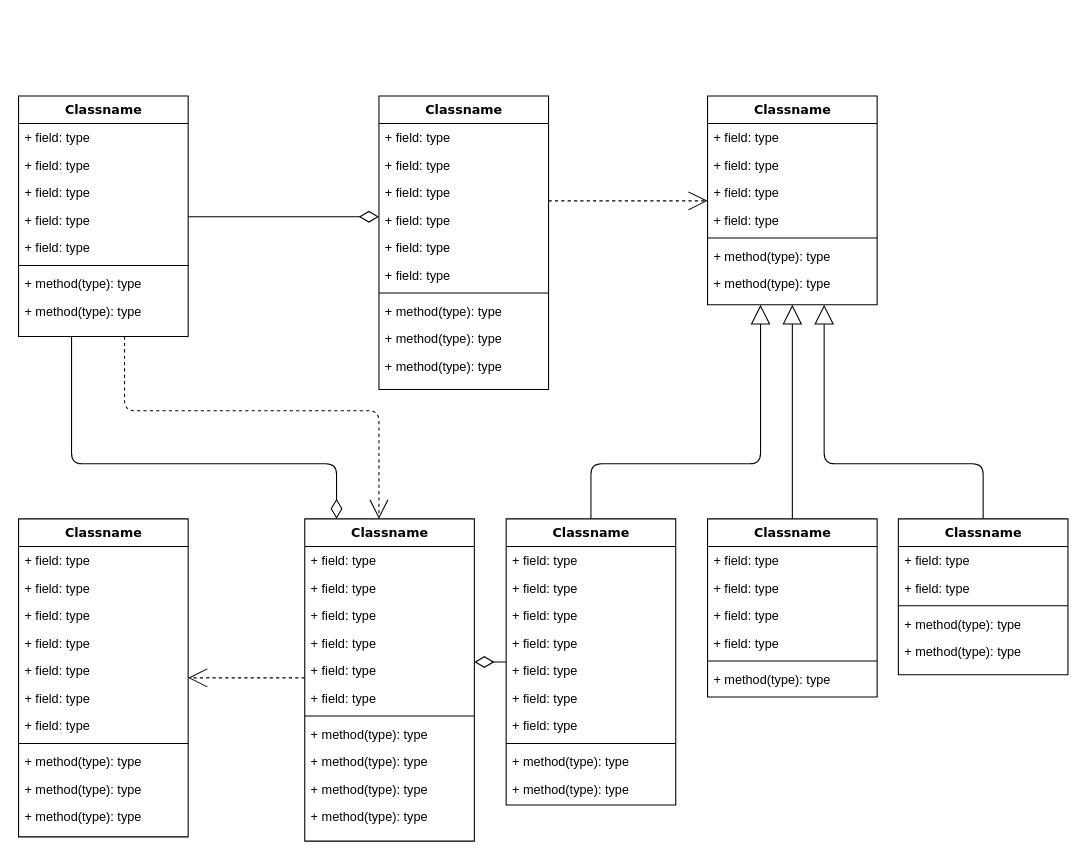
Earlier version of the draw.io diagram Untitled Diagram.drawio (AndifaNaufal/PIC-16F877A). Source tidied: cells renumbered, new cells numbered last; positions are measured from the earlier drawing's top-left corner, leaving out a move shared by most shapes. Both pictures are drawn from the tidied source at 106%, with x=0, y=0 at pixel (18, 95).
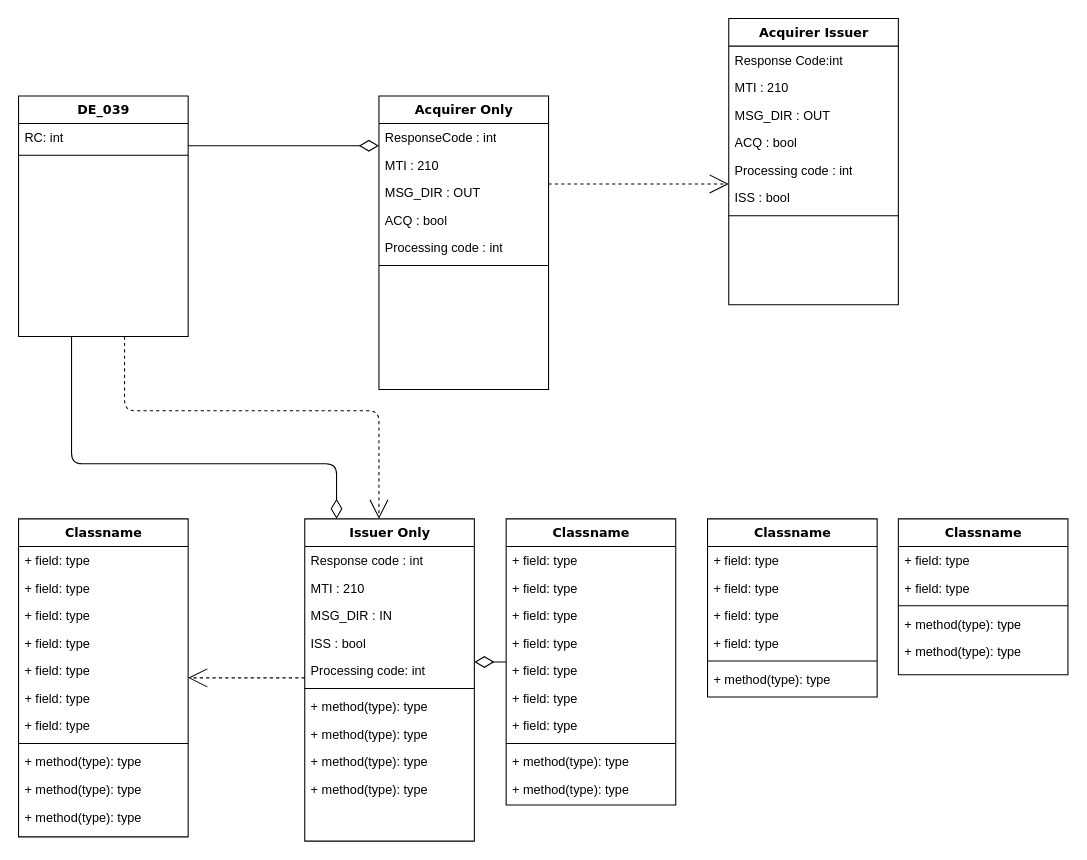
Above is the later version.

The change refers to these unchanged cells:
```xml
<mxCell id="60" value="Classname" style="swimlane;html=1;fontStyle=1;align=center;verticalAlign=top;horizontal=1;startSize=26;swimlaneFillColor=#ffffff;rounded=0;shadow=0;comic=0;labelBackgroundColor=none;strokeWidth=1;fillColor=none;fontFamily=Verdana;fontSize=12;" parent="1" vertex="1">
  <mxGeometry x="460" y="399" width="160" height="270" as="geometry" />
</mxCell>
<mxCell id="72" value="Classname" style="swimlane;html=1;fontStyle=1;align=center;verticalAlign=top;horizontal=1;startSize=26;swimlaneFillColor=#ffffff;rounded=0;shadow=0;comic=0;labelBackgroundColor=none;strokeWidth=1;fillColor=none;fontFamily=Verdana;fontSize=12;" parent="1" vertex="1">
  <mxGeometry x="650" y="399" width="160" height="168" as="geometry" />
</mxCell>
<mxCell id="80" value="Classname" style="swimlane;html=1;fontStyle=1;align=center;verticalAlign=top;horizontal=1;startSize=26;swimlaneFillColor=#ffffff;rounded=0;shadow=0;comic=0;labelBackgroundColor=none;strokeWidth=1;fillColor=none;fontFamily=Verdana;fontSize=12;" parent="1" vertex="1">
  <mxGeometry x="830" y="399" width="160" height="147" as="geometry" />
</mxCell>
```

The edit, as a diff of the source:
```diff
@@
-    <mxCell id="4" value="Classname" style="swimlane;html=1;fontStyle=1;align=center;verticalAlign=top;horizontal=1;startSize=26;swimlaneFillColor=#ffffff;rounded=0;shadow=0;comic=0;labelBackgroundColor=none;strokeWidth=1;fillColor=none;fontFamily=Verdana;fontSize=12;" parent="1" vertex="1">
+    <mxCell id="4" value="DE_039" style="swimlane;html=1;fontStyle=1;align=center;verticalAlign=top;horizontal=1;startSize=26;swimlaneFillColor=#ffffff;rounded=0;shadow=0;comic=0;labelBackgroundColor=none;strokeWidth=1;fillColor=none;fontFamily=Verdana;fontSize=12;" parent="1" vertex="1">
       <mxGeometry width="160" height="227" as="geometry" />
     </mxCell>
-    <mxCell id="5" value="+ field: type" style="text;html=1;strokeColor=none;fillColor=none;align=left;verticalAlign=top;spacingLeft=4;spacingRight=4;whiteSpace=wrap;overflow=hidden;" parent="4" vertex="1">
-      <mxGeometry y="26" width="160" height="26" as="geometry" />
-    </mxCell>
-    <mxCell id="6" value="+ field: type" style="text;html=1;strokeColor=none;fillColor=none;align=left;verticalAlign=top;spacingLeft=4;spacingRight=4;whiteSpace=wrap;overflow=hidden;" parent="4" vertex="1">
-      <mxGeometry y="52" width="160" height="26" as="geometry" />
+    <mxCell id="6" value="RC: int" style="text;html=1;strokeColor=none;fillColor=none;align=left;verticalAlign=top;spacingLeft=4;spacingRight=4;whiteSpace=wrap;overflow=hidden;" parent="4" vertex="1">
+      <mxGeometry y="26" width="160" height="26" as="geometry" />
     </mxCell>
-    <mxCell id="7" value="+ field: type" style="text;html=1;strokeColor=none;fillColor=none;align=left;verticalAlign=top;spacingLeft=4;spacingRight=4;whiteSpace=wrap;overflow=hidden;" parent="4" vertex="1">
-      <mxGeometry y="78" width="160" height="26" as="geometry" />
-    </mxCell>
-    <mxCell id="8" value="+ field: type" style="text;html=1;strokeColor=none;fillColor=none;align=left;verticalAlign=top;spacingLeft=4;spacingRight=4;whiteSpace=wrap;overflow=hidden;" parent="4" vertex="1">
-      <mxGeometry y="104" width="160" height="26" as="geometry" />
-    </mxCell>
-    <mxCell id="9" value="+ field: type" style="text;html=1;strokeColor=none;fillColor=none;align=left;verticalAlign=top;spacingLeft=4;spacingRight=4;whiteSpace=wrap;overflow=hidden;" parent="4" vertex="1">
-      <mxGeometry y="130" width="160" height="26" as="geometry" />
-    </mxCell>
     <mxCell id="10" style="line;html=1;strokeWidth=1;fillColor=none;align=left;verticalAlign=middle;spacingTop=-1;spacingLeft=3;spacingRight=3;labelPosition=right;" parent="4" vertex="1">
-      <mxGeometry y="156" width="160" height="8" as="geometry" />
+      <mxGeometry y="52" width="160" height="8" as="geometry" />
     </mxCell>
-    <mxCell id="11" value="+ method(type): type" style="text;html=1;strokeColor=none;fillColor=none;align=left;verticalAlign=top;spacingLeft=4;spacingRight=4;whiteSpace=wrap;overflow=hidden;" parent="4" vertex="1">
-      <mxGeometry y="164" width="160" height="26" as="geometry" />
-    </mxCell>
-    <mxCell id="12" value="+ method(type): type" style="text;html=1;strokeColor=none;fillColor=none;align=left;verticalAlign=top;spacingLeft=4;spacingRight=4;whiteSpace=wrap;overflow=hidden;" parent="4" vertex="1">
-      <mxGeometry y="190" width="160" height="26" as="geometry" />
-    </mxCell>
-    <mxCell id="13" style="edgeStyle=elbowEdgeStyle;html=1;labelBackgroundColor=none;startFill=0;startSize=8;endArrow=open;endFill=0;endSize=16;fontFamily=Verdana;fontSize=12;elbow=vertical;dashed=1;" parent="1" edge="1" source="14" target="25">
-      <mxGeometry relative="1" as="geometry" />
+    <mxCell id="13" style="edgeStyle=elbowEdgeStyle;html=1;labelBackgroundColor=none;startFill=0;startSize=8;endArrow=open;endFill=0;endSize=16;fontFamily=Verdana;fontSize=12;elbow=vertical;dashed=1;" parent="1" edge="1" source="14" target="92">
+      <mxGeometry relative="1" as="geometry">
+        <Array as="points">
+          <mxPoint x="670" y="67" />
+        </Array>
+      </mxGeometry>
     </mxCell>
-    <mxCell id="14" value="Classname" style="swimlane;html=1;fontStyle=1;align=center;verticalAlign=top;horizontal=1;startSize=26;swimlaneFillColor=#ffffff;rounded=0;shadow=0;comic=0;labelBackgroundColor=none;strokeWidth=1;fillColor=none;fontFamily=Verdana;fontSize=12;" parent="1" vertex="1">
+    <mxCell id="14" value="Acquirer Only" style="swimlane;html=1;fontStyle=1;align=center;verticalAlign=top;horizontal=1;startSize=26;swimlaneFillColor=#ffffff;rounded=0;shadow=0;comic=0;labelBackgroundColor=none;strokeWidth=1;fillColor=none;fontFamily=Verdana;fontSize=12;" parent="1" vertex="1">
       <mxGeometry x="340" width="160" height="277" as="geometry" />
     </mxCell>
-    <mxCell id="15" value="+ field: type" style="text;html=1;strokeColor=none;fillColor=none;align=left;verticalAlign=top;spacingLeft=4;spacingRight=4;whiteSpace=wrap;overflow=hidden;" parent="14" vertex="1">
+    <mxCell id="15" value="ResponseCode : int" style="text;html=1;strokeColor=none;fillColor=none;align=left;verticalAlign=top;spacingLeft=4;spacingRight=4;whiteSpace=wrap;overflow=hidden;" parent="14" vertex="1">
       <mxGeometry y="26" width="160" height="26" as="geometry" />
     </mxCell>
-    <mxCell id="16" value="+ field: type" style="text;html=1;strokeColor=none;fillColor=none;align=left;verticalAlign=top;spacingLeft=4;spacingRight=4;whiteSpace=wrap;overflow=hidden;" parent="14" vertex="1">
+    <mxCell id="16" value="MTI : 210" style="text;html=1;strokeColor=none;fillColor=none;align=left;verticalAlign=top;spacingLeft=4;spacingRight=4;whiteSpace=wrap;overflow=hidden;" parent="14" vertex="1">
       <mxGeometry y="52" width="160" height="26" as="geometry" />
     </mxCell>
-    <mxCell id="17" value="+ field: type" style="text;html=1;strokeColor=none;fillColor=none;align=left;verticalAlign=top;spacingLeft=4;spacingRight=4;whiteSpace=wrap;overflow=hidden;" parent="14" vertex="1">
+    <mxCell id="17" value="MSG_DIR : OUT" style="text;html=1;strokeColor=none;fillColor=none;align=left;verticalAlign=top;spacingLeft=4;spacingRight=4;whiteSpace=wrap;overflow=hidden;" parent="14" vertex="1">
       <mxGeometry y="78" width="160" height="26" as="geometry" />
     </mxCell>
-    <mxCell id="18" value="+ field: type" style="text;html=1;strokeColor=none;fillColor=none;align=left;verticalAlign=top;spacingLeft=4;spacingRight=4;whiteSpace=wrap;overflow=hidden;" parent="14" vertex="1">
+    <mxCell id="18" value="ACQ : bool" style="text;html=1;strokeColor=none;fillColor=none;align=left;verticalAlign=top;spacingLeft=4;spacingRight=4;whiteSpace=wrap;overflow=hidden;" parent="14" vertex="1">
       <mxGeometry y="104" width="160" height="26" as="geometry" />
     </mxCell>
-    <mxCell id="19" value="+ field: type" style="text;html=1;strokeColor=none;fillColor=none;align=left;verticalAlign=top;spacingLeft=4;spacingRight=4;whiteSpace=wrap;overflow=hidden;" parent="14" vertex="1">
+    <mxCell id="19" value="Processing code : int" style="text;html=1;strokeColor=none;fillColor=none;align=left;verticalAlign=top;spacingLeft=4;spacingRight=4;whiteSpace=wrap;overflow=hidden;" parent="14" vertex="1">
       <mxGeometry y="130" width="160" height="26" as="geometry" />
     </mxCell>
-    <mxCell id="20" value="+ field: type" style="text;html=1;strokeColor=none;fillColor=none;align=left;verticalAlign=top;spacingLeft=4;spacingRight=4;whiteSpace=wrap;overflow=hidden;" parent="14" vertex="1">
-      <mxGeometry y="156" width="160" height="26" as="geometry" />
-    </mxCell>
     <mxCell id="21" style="line;html=1;strokeWidth=1;fillColor=none;align=left;verticalAlign=middle;spacingTop=-1;spacingLeft=3;spacingRight=3;labelPosition=right;" parent="14" vertex="1">
-      <mxGeometry y="182" width="160" height="8" as="geometry" />
+      <mxGeometry y="156" width="160" height="8" as="geometry" />
     </mxCell>
-    <mxCell id="22" value="+ method(type): type" style="text;html=1;strokeColor=none;fillColor=none;align=left;verticalAlign=top;spacingLeft=4;spacingRight=4;whiteSpace=wrap;overflow=hidden;" parent="14" vertex="1">
-      <mxGeometry y="190" width="160" height="26" as="geometry" />
-    </mxCell>
-    <mxCell id="23" value="+ method(type): type" style="text;html=1;strokeColor=none;fillColor=none;align=left;verticalAlign=top;spacingLeft=4;spacingRight=4;whiteSpace=wrap;overflow=hidden;" parent="14" vertex="1">
-      <mxGeometry y="216" width="160" height="26" as="geometry" />
-    </mxCell>
-    <mxCell id="24" value="+ method(type): type" style="text;html=1;strokeColor=none;fillColor=none;align=left;verticalAlign=top;spacingLeft=4;spacingRight=4;whiteSpace=wrap;overflow=hidden;" parent="14" vertex="1">
-      <mxGeometry y="242" width="160" height="26" as="geometry" />
-    </mxCell>
-    <mxCell id="25" value="Classname" style="swimlane;html=1;fontStyle=1;align=center;verticalAlign=top;horizontal=1;startSize=26;swimlaneFillColor=#ffffff;rounded=0;shadow=0;comic=0;labelBackgroundColor=none;strokeWidth=1;fillColor=none;fontFamily=Verdana;fontSize=12;" parent="1" vertex="1">
-      <mxGeometry x="650" width="160" height="197" as="geometry" />
-    </mxCell>
-    <mxCell id="26" value="+ field: type" style="text;html=1;strokeColor=none;fillColor=none;align=left;verticalAlign=top;spacingLeft=4;spacingRight=4;whiteSpace=wrap;overflow=hidden;" parent="25" vertex="1">
-      <mxGeometry y="26" width="160" height="26" as="geometry" />
-    </mxCell>
-    <mxCell id="27" value="+ field: type" style="text;html=1;strokeColor=none;fillColor=none;align=left;verticalAlign=top;spacingLeft=4;spacingRight=4;whiteSpace=wrap;overflow=hidden;" parent="25" vertex="1">
-      <mxGeometry y="52" width="160" height="26" as="geometry" />
-    </mxCell>
-    <mxCell id="28" value="+ field: type" style="text;html=1;strokeColor=none;fillColor=none;align=left;verticalAlign=top;spacingLeft=4;spacingRight=4;whiteSpace=wrap;overflow=hidden;" parent="25" vertex="1">
-      <mxGeometry y="78" width="160" height="26" as="geometry" />
-    </mxCell>
-    <mxCell id="29" value="+ field: type" style="text;html=1;strokeColor=none;fillColor=none;align=left;verticalAlign=top;spacingLeft=4;spacingRight=4;whiteSpace=wrap;overflow=hidden;" parent="25" vertex="1">
-      <mxGeometry y="104" width="160" height="26" as="geometry" />
-    </mxCell>
-    <mxCell id="30" style="line;html=1;strokeWidth=1;fillColor=none;align=left;verticalAlign=middle;spacingTop=-1;spacingLeft=3;spacingRight=3;labelPosition=right;" parent="25" vertex="1">
-      <mxGeometry y="130" width="160" height="8" as="geometry" />
-    </mxCell>
-    <mxCell id="31" value="+ method(type): type" style="text;html=1;strokeColor=none;fillColor=none;align=left;verticalAlign=top;spacingLeft=4;spacingRight=4;whiteSpace=wrap;overflow=hidden;" parent="25" vertex="1">
-      <mxGeometry y="138" width="160" height="26" as="geometry" />
-    </mxCell>
-    <mxCell id="32" value="+ method(type): type" style="text;html=1;strokeColor=none;fillColor=none;align=left;verticalAlign=top;spacingLeft=4;spacingRight=4;whiteSpace=wrap;overflow=hidden;" parent="25" vertex="1">
-      <mxGeometry y="164" width="160" height="26" as="geometry" />
-    </mxCell>
@@
-    <mxCell id="47" value="Classname" style="swimlane;html=1;fontStyle=1;align=center;verticalAlign=top;horizontal=1;startSize=26;swimlaneFillColor=#ffffff;rounded=0;shadow=0;comic=0;labelBackgroundColor=none;strokeWidth=1;fillColor=none;fontFamily=Verdana;fontSize=12;" parent="1" vertex="1">
+    <mxCell id="47" value="Issuer Only" style="swimlane;html=1;fontStyle=1;align=center;verticalAlign=top;horizontal=1;startSize=26;swimlaneFillColor=#ffffff;rounded=0;shadow=0;comic=0;labelBackgroundColor=none;strokeWidth=1;fillColor=none;fontFamily=Verdana;fontSize=12;" parent="1" vertex="1">
       <mxGeometry x="270" y="399" width="160" height="304" as="geometry" />
     </mxCell>
-    <mxCell id="48" value="+ field: type" style="text;html=1;strokeColor=none;fillColor=none;align=left;verticalAlign=top;spacingLeft=4;spacingRight=4;whiteSpace=wrap;overflow=hidden;" parent="47" vertex="1">
+    <mxCell id="48" value="Response code : int" style="text;html=1;strokeColor=none;fillColor=none;align=left;verticalAlign=top;spacingLeft=4;spacingRight=4;whiteSpace=wrap;overflow=hidden;" parent="47" vertex="1">
       <mxGeometry y="26" width="160" height="26" as="geometry" />
     </mxCell>
-    <mxCell id="49" value="+ field: type" style="text;html=1;strokeColor=none;fillColor=none;align=left;verticalAlign=top;spacingLeft=4;spacingRight=4;whiteSpace=wrap;overflow=hidden;" parent="47" vertex="1">
+    <mxCell id="49" value="MTI : 210" style="text;html=1;strokeColor=none;fillColor=none;align=left;verticalAlign=top;spacingLeft=4;spacingRight=4;whiteSpace=wrap;overflow=hidden;" parent="47" vertex="1">
       <mxGeometry y="52" width="160" height="26" as="geometry" />
     </mxCell>
-    <mxCell id="50" value="+ field: type" style="text;html=1;strokeColor=none;fillColor=none;align=left;verticalAlign=top;spacingLeft=4;spacingRight=4;whiteSpace=wrap;overflow=hidden;" parent="47" vertex="1">
+    <mxCell id="50" value="MSG_DIR : IN" style="text;html=1;strokeColor=none;fillColor=none;align=left;verticalAlign=top;spacingLeft=4;spacingRight=4;whiteSpace=wrap;overflow=hidden;" parent="47" vertex="1">
       <mxGeometry y="78" width="160" height="26" as="geometry" />
     </mxCell>
-    <mxCell id="51" value="+ field: type" style="text;html=1;strokeColor=none;fillColor=none;align=left;verticalAlign=top;spacingLeft=4;spacingRight=4;whiteSpace=wrap;overflow=hidden;" parent="47" vertex="1">
+    <mxCell id="51" value="ISS : bool" style="text;html=1;strokeColor=none;fillColor=none;align=left;verticalAlign=top;spacingLeft=4;spacingRight=4;whiteSpace=wrap;overflow=hidden;" parent="47" vertex="1">
       <mxGeometry y="104" width="160" height="26" as="geometry" />
     </mxCell>
-    <mxCell id="52" value="+ field: type" style="text;html=1;strokeColor=none;fillColor=none;align=left;verticalAlign=top;spacingLeft=4;spacingRight=4;whiteSpace=wrap;overflow=hidden;" parent="47" vertex="1">
-      <mxGeometry y="130" width="160" height="26" as="geometry" />
-    </mxCell>
-    <mxCell id="53" value="+ field: type" style="text;html=1;strokeColor=none;fillColor=none;align=left;verticalAlign=top;spacingLeft=4;spacingRight=4;whiteSpace=wrap;overflow=hidden;" parent="47" vertex="1">
-      <mxGeometry y="156" width="160" height="26" as="geometry" />
+    <mxCell id="53" value="Processing code: int&amp;nbsp;" style="text;html=1;strokeColor=none;fillColor=none;align=left;verticalAlign=top;spacingLeft=4;spacingRight=4;whiteSpace=wrap;overflow=hidden;" parent="47" vertex="1">
+      <mxGeometry y="130" width="160" height="26" as="geometry" />
     </mxCell>
     <mxCell id="54" style="line;html=1;strokeWidth=1;fillColor=none;align=left;verticalAlign=middle;spacingTop=-1;spacingLeft=3;spacingRight=3;labelPosition=right;" parent="47" vertex="1">
-      <mxGeometry y="182" width="160" height="8" as="geometry" />
+      <mxGeometry y="156" width="160" height="8" as="geometry" />
     </mxCell>
     <mxCell id="55" value="+ method(type): type" style="text;html=1;strokeColor=none;fillColor=none;align=left;verticalAlign=top;spacingLeft=4;spacingRight=4;whiteSpace=wrap;overflow=hidden;" parent="47" vertex="1">
-      <mxGeometry y="190" width="160" height="26" as="geometry" />
+      <mxGeometry y="164" width="160" height="26" as="geometry" />
     </mxCell>
     <mxCell id="56" value="+ method(type): type" style="text;html=1;strokeColor=none;fillColor=none;align=left;verticalAlign=top;spacingLeft=4;spacingRight=4;whiteSpace=wrap;overflow=hidden;" parent="47" vertex="1">
-      <mxGeometry y="216" width="160" height="26" as="geometry" />
+      <mxGeometry y="190" width="160" height="26" as="geometry" />
     </mxCell>
     <mxCell id="57" value="+ method(type): type" style="text;html=1;strokeColor=none;fillColor=none;align=left;verticalAlign=top;spacingLeft=4;spacingRight=4;whiteSpace=wrap;overflow=hidden;" parent="47" vertex="1">
-      <mxGeometry y="242" width="160" height="26" as="geometry" />
+      <mxGeometry y="216" width="160" height="26" as="geometry" />
     </mxCell>
     <mxCell id="58" value="+ method(type): type" style="text;html=1;strokeColor=none;fillColor=none;align=left;verticalAlign=top;spacingLeft=4;spacingRight=4;whiteSpace=wrap;overflow=hidden;" parent="47" vertex="1">
-      <mxGeometry y="268" width="160" height="26" as="geometry" />
+      <mxGeometry y="242" width="160" height="26" as="geometry" />
     </mxCell>
-    <mxCell id="59" style="edgeStyle=orthogonalEdgeStyle;html=1;labelBackgroundColor=none;startFill=0;startSize=8;endArrow=block;endFill=0;endSize=16;fontFamily=Verdana;fontSize=12;" parent="1" edge="1" source="60" target="25">
-      <mxGeometry relative="1" as="geometry">
-        <Array as="points">
-          <mxPoint x="540" y="347" />
-          <mxPoint x="700" y="347" />
-        </Array>
-      </mxGeometry>
-    </mxCell>
@@
-    <mxCell id="71" style="edgeStyle=orthogonalEdgeStyle;html=1;labelBackgroundColor=none;startFill=0;startSize=8;endArrow=block;endFill=0;endSize=16;fontFamily=Verdana;fontSize=12;" parent="1" edge="1" source="72" target="25">
-      <mxGeometry relative="1" as="geometry" />
-    </mxCell>
@@
-    <mxCell id="79" style="edgeStyle=orthogonalEdgeStyle;html=1;labelBackgroundColor=none;startFill=0;startSize=8;endArrow=block;endFill=0;endSize=16;fontFamily=Verdana;fontSize=12;" parent="1" edge="1" source="80" target="25">
-      <mxGeometry relative="1" as="geometry">
-        <Array as="points">
-          <mxPoint x="910" y="347" />
-          <mxPoint x="760" y="347" />
-        </Array>
-      </mxGeometry>
-    </mxCell>
@@
     <mxCell id="86" style="edgeStyle=elbowEdgeStyle;html=1;labelBackgroundColor=none;startFill=0;startSize=8;endArrow=diamondThin;endFill=0;endSize=16;fontFamily=Verdana;fontSize=12;elbow=vertical;" parent="1" edge="1" source="4" target="14">
-      <mxGeometry relative="1" as="geometry" />
+      <mxGeometry relative="1" as="geometry">
+        <Array as="points">
+          <mxPoint x="230" y="47" />
+        </Array>
+      </mxGeometry>
     </mxCell>
+    <mxCell id="87" value="Acquirer Issuer" style="swimlane;html=1;fontStyle=1;align=center;verticalAlign=top;horizontal=1;startSize=26;swimlaneFillColor=#ffffff;rounded=0;shadow=0;comic=0;labelBackgroundColor=none;strokeWidth=1;fillColor=none;fontFamily=Verdana;fontSize=12;" parent="1" vertex="1">
+      <mxGeometry x="670" y="-73" width="160" height="270" as="geometry" />
+    </mxCell>
+    <mxCell id="88" value="Response Code:int" style="text;html=1;strokeColor=none;fillColor=none;align=left;verticalAlign=top;spacingLeft=4;spacingRight=4;whiteSpace=wrap;overflow=hidden;" parent="87" vertex="1">
+      <mxGeometry y="26" width="160" height="26" as="geometry" />
+    </mxCell>
+    <mxCell id="89" value="MTI : 210" style="text;html=1;strokeColor=none;fillColor=none;align=left;verticalAlign=top;spacingLeft=4;spacingRight=4;whiteSpace=wrap;overflow=hidden;" parent="87" vertex="1">
+      <mxGeometry y="52" width="160" height="26" as="geometry" />
+    </mxCell>
+    <mxCell id="90" value="MSG_DIR : OUT" style="text;html=1;strokeColor=none;fillColor=none;align=left;verticalAlign=top;spacingLeft=4;spacingRight=4;whiteSpace=wrap;overflow=hidden;" parent="87" vertex="1">
+      <mxGeometry y="78" width="160" height="26" as="geometry" />
+    </mxCell>
+    <mxCell id="91" value="ACQ : bool" style="text;html=1;strokeColor=none;fillColor=none;align=left;verticalAlign=top;spacingLeft=4;spacingRight=4;whiteSpace=wrap;overflow=hidden;" parent="87" vertex="1">
+      <mxGeometry y="104" width="160" height="26" as="geometry" />
+    </mxCell>
+    <mxCell id="92" value="Processing code : int" style="text;html=1;strokeColor=none;fillColor=none;align=left;verticalAlign=top;spacingLeft=4;spacingRight=4;whiteSpace=wrap;overflow=hidden;points=[[0,0.5],[1,0.5]];portConstraint=eastwest;" parent="87" vertex="1">
+      <mxGeometry y="130" width="160" height="26" as="geometry" />
+    </mxCell>
+    <mxCell id="93" value="ISS : bool&amp;nbsp;" style="text;html=1;strokeColor=none;fillColor=none;align=left;verticalAlign=top;spacingLeft=4;spacingRight=4;whiteSpace=wrap;overflow=hidden;" parent="87" vertex="1">
+      <mxGeometry y="156" width="160" height="26" as="geometry" />
+    </mxCell>
+    <mxCell id="94" style="line;html=1;strokeWidth=1;fillColor=none;align=left;verticalAlign=middle;spacingTop=-1;spacingLeft=3;spacingRight=3;labelPosition=right;" parent="87" vertex="1">
+      <mxGeometry y="182" width="160" height="8" as="geometry" />
+    </mxCell>
```
